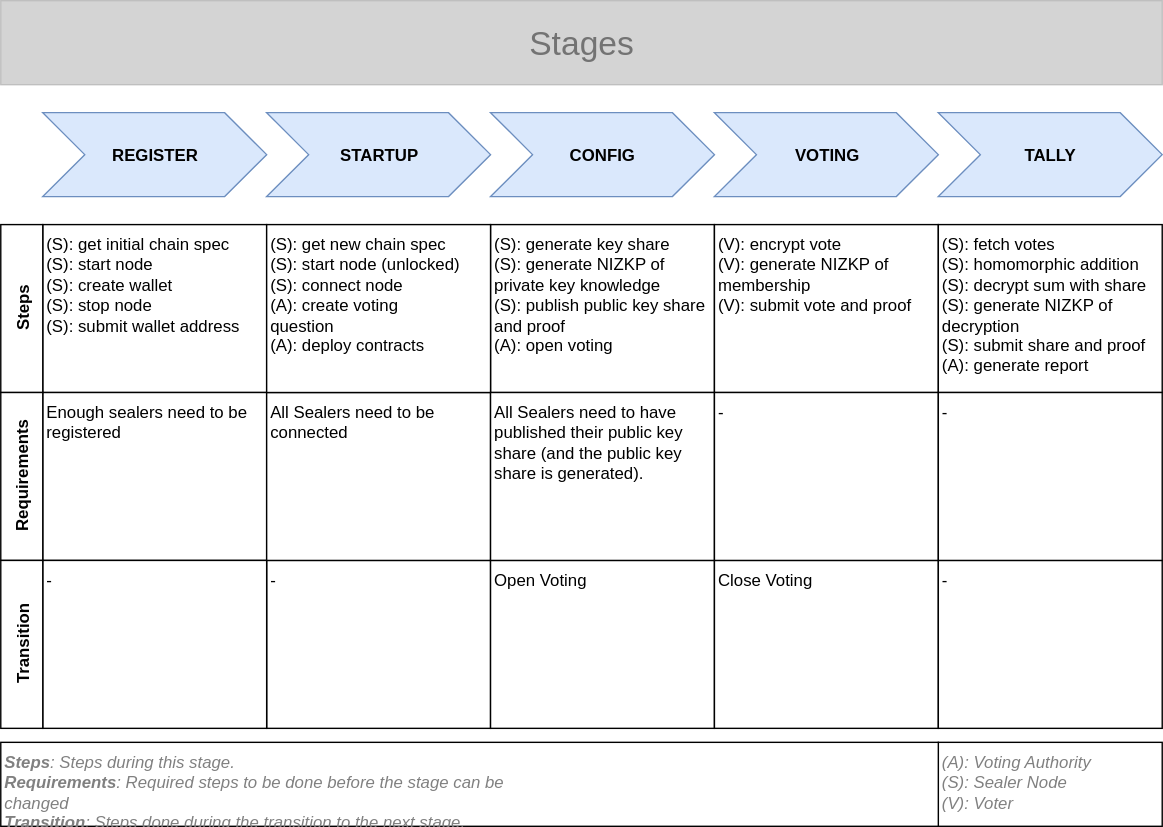
Before: voting-authority-backend/assets/stages.svg, a diagram exported from draw.io (alexscheitlin/master-project-evoting). Source tidied: cells renumbered, new cells last; positions are measured from the earlier drawing's top-left corner, leaving out a move shared by most shapes.
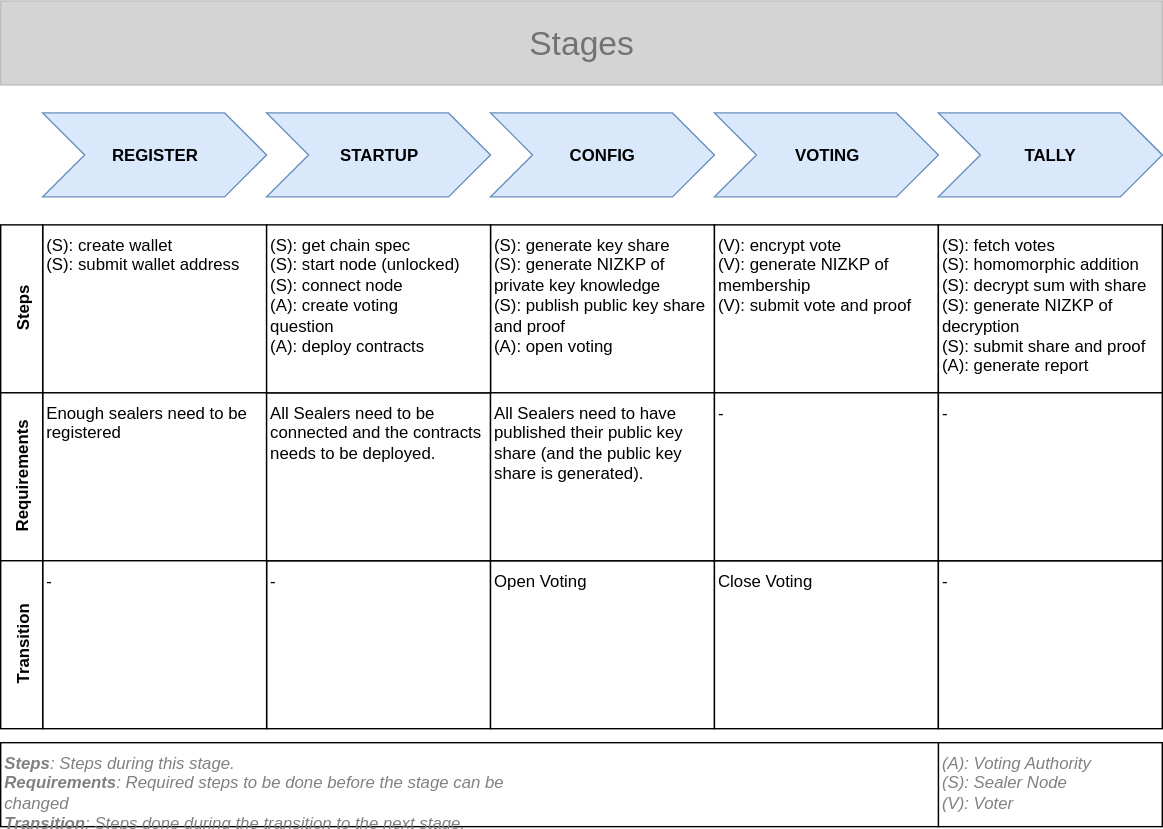
Above is the later version.

Commit message:
vote-auth-be - adjust stage drawing to 'new' sealer address creation

Diff of the diagram source:
```diff
@@ -20,7 +20,7 @@
     <mxCell id="7" value="Stages" style="rounded=0;whiteSpace=wrap;html=1;labelBackgroundColor=none;strokeColor=#BFBFBF;strokeWidth=1;fillColor=#D4D4D4;gradientColor=none;fontSize=24;fontColor=#737373;align=center;perimeterSpacing=0;comic=0;glass=0;shadow=0;" parent="1" vertex="1">
       <mxGeometry width="830" height="60" as="geometry" />
     </mxCell>
-    <mxCell id="8" value="&lt;div&gt;(S): get initial chain spec&lt;/div&gt;&lt;div&gt;(S): start node&lt;/div&gt;&lt;div&gt;(S): create wallet&lt;/div&gt;&lt;div&gt;(S): stop node&lt;br&gt;&lt;/div&gt;&lt;div&gt;(S): submit wallet address&lt;/div&gt;" style="rounded=0;whiteSpace=wrap;html=1;align=left;verticalAlign=top;" parent="1" vertex="1">
+    <mxCell id="8" value="&lt;div&gt;(S): create wallet&lt;/div&gt;&lt;div&gt;(S): submit wallet address&lt;/div&gt;" style="rounded=0;whiteSpace=wrap;html=1;align=left;verticalAlign=top;" parent="1" vertex="1">
       <mxGeometry x="30" y="160" width="160" height="120" as="geometry" />
     </mxCell>
     <mxCell id="9" value="&lt;div&gt;(S): generate key share&lt;br&gt;(S): generate NIZKP of private key knowledge&lt;br&gt;&lt;/div&gt;&lt;div&gt;(S): publish public key share and proof&lt;br&gt;(A): open voting&lt;br&gt;&lt;/div&gt;" style="rounded=0;whiteSpace=wrap;html=1;align=left;verticalAlign=top;" parent="1" vertex="1">
@@ -53,10 +53,10 @@
     <mxCell id="18" value="Transition" style="rounded=0;whiteSpace=wrap;html=1;align=center;horizontal=0;fontStyle=1;" parent="1" vertex="1">
       <mxGeometry y="400" width="30" height="120" as="geometry" />
     </mxCell>
-    <mxCell id="19" value="All Sealers need to be connected" style="rounded=0;whiteSpace=wrap;html=1;align=left;verticalAlign=top;" parent="1" vertex="1">
+    <mxCell id="19" value="All Sealers need to be connected and the contracts needs to be deployed." style="rounded=0;whiteSpace=wrap;html=1;align=left;verticalAlign=top;" parent="1" vertex="1">
       <mxGeometry x="190" y="280" width="160" height="120" as="geometry" />
     </mxCell>
-    <mxCell id="20" value="&lt;div&gt;(S): get new chain spec&lt;/div&gt;&lt;div&gt;(S): start node (unlocked)&lt;br&gt;&lt;/div&gt;&lt;div&gt;(S): connect node&lt;br&gt;&lt;/div&gt;&lt;div&gt;(A): create voting question&lt;/div&gt;&lt;div&gt;(A): deploy contracts&lt;br&gt;&lt;/div&gt;" style="rounded=0;whiteSpace=wrap;html=1;align=left;verticalAlign=top;" parent="1" vertex="1">
+    <mxCell id="20" value="&lt;div&gt;(S): get chain spec&lt;/div&gt;&lt;div&gt;(S): start node (unlocked)&lt;br&gt;&lt;/div&gt;&lt;div&gt;(S): connect node&lt;br&gt;&lt;/div&gt;&lt;div&gt;(A): create voting question&lt;/div&gt;&lt;div&gt;(A): deploy contracts&lt;br&gt;&lt;/div&gt;" style="rounded=0;whiteSpace=wrap;html=1;align=left;verticalAlign=top;" parent="1" vertex="1">
       <mxGeometry x="190" y="160" width="160" height="120" as="geometry" />
     </mxCell>
     <mxCell id="21" value="&lt;div&gt;&lt;b&gt;Steps&lt;/b&gt;: Steps during this stage.&lt;/div&gt;&lt;div&gt;&lt;b&gt;Requirements&lt;/b&gt;: Required steps to be done before the stage can be changed&lt;/div&gt;&lt;div&gt;&lt;b&gt;Transition&lt;/b&gt;: Steps done during the transition to the next stage.&lt;br&gt;&lt;/div&gt;" style="rounded=0;whiteSpace=wrap;html=1;align=left;verticalAlign=top;fontStyle=2;fontColor=#808080;" parent="1" vertex="1">
```
